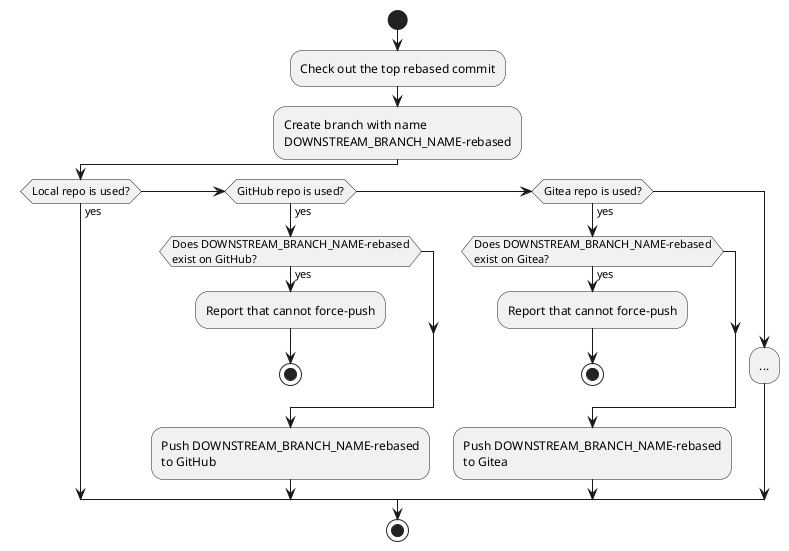
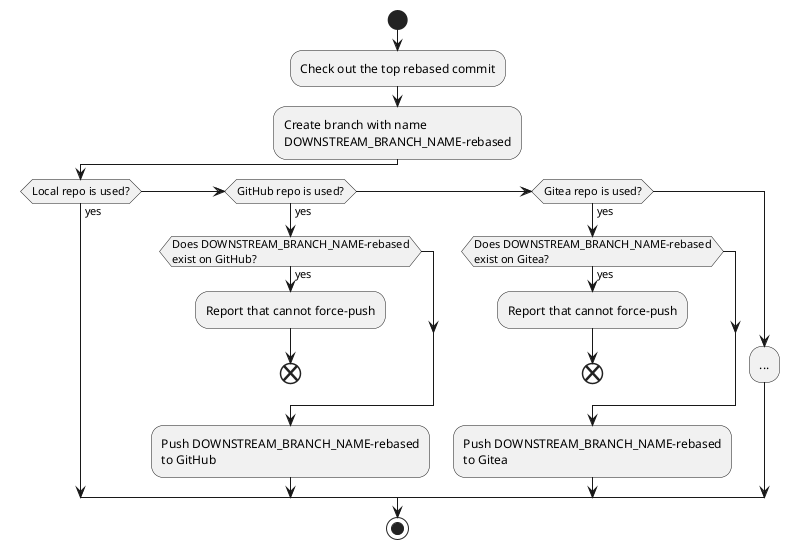
@startuml
start

:Check out the top rebased commit;
:Create branch with name\nDOWNSTREAM_BRANCH_NAME-rebased;

if (Local repo is used?) then (yes)
else if (GitHub repo is used?) then (yes)
    if (Does DOWNSTREAM_BRANCH_NAME-rebased\nexist on GitHub?) then (yes)
        :Report that cannot force-push;
-         stop
+         end
    endif

    :Push DOWNSTREAM_BRANCH_NAME-rebased\nto GitHub;
else if (Gitea repo is used?) then (yes)
    if (Does DOWNSTREAM_BRANCH_NAME-rebased\nexist on Gitea?) then (yes)
        :Report that cannot force-push;
-         stop
+         end
    endif

    :Push DOWNSTREAM_BRANCH_NAME-rebased\nto Gitea;
else
    :...;
endif

stop
@enduml
